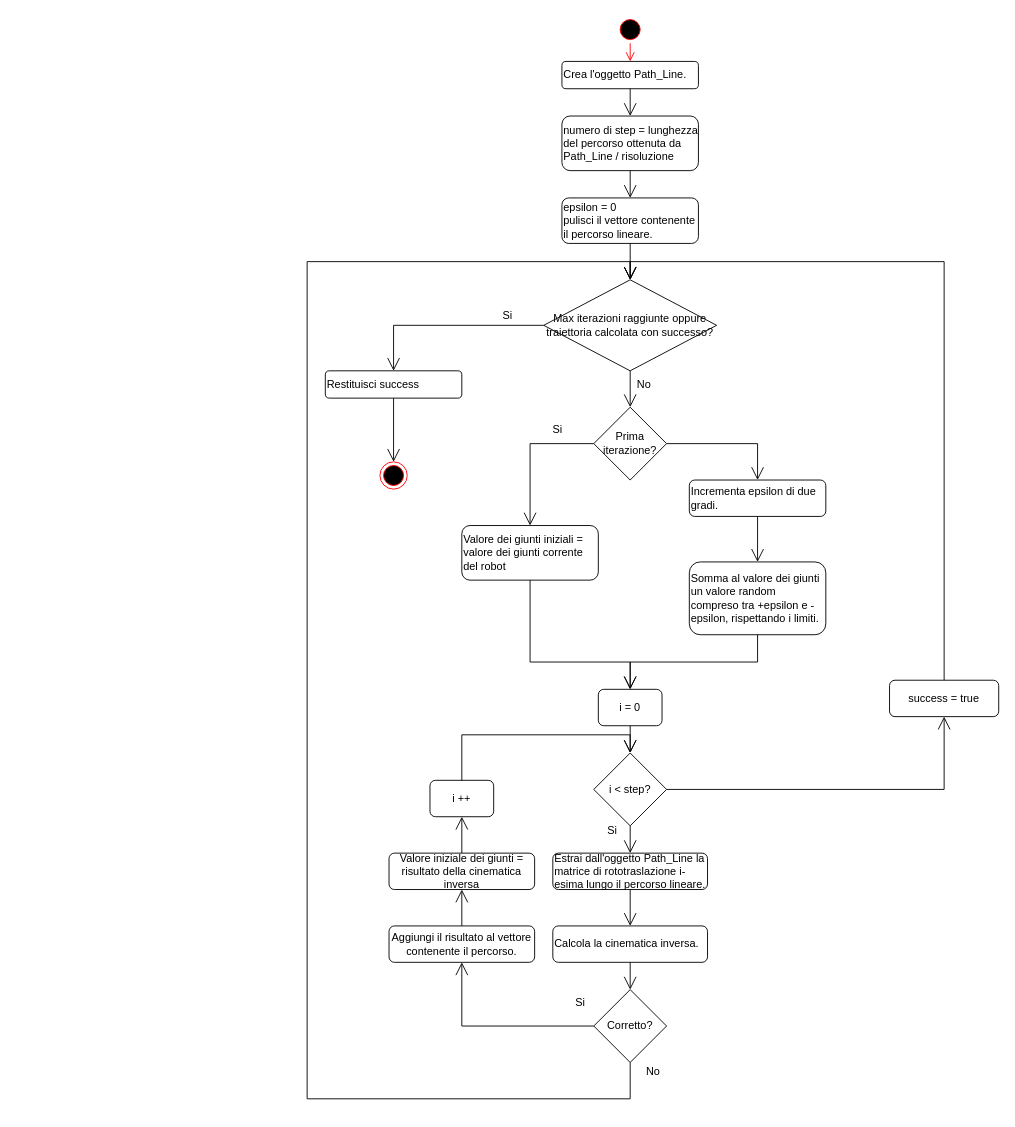
matteoverzeroli/Laboratorio-di-Robotica-2022-2023 keeps this draw.io diagram as ImageFiles/ComputeLinearTrajectory.drawio. Above is the earlier version. Source tidied: cells renumbered, new cells numbered last; positions are measured from the earlier drawing's top-left corner, leaving out a move shared by most shapes. Both pictures are drawn from the tidied source at 91%, with x=0, y=0 at pixel (307, 15).
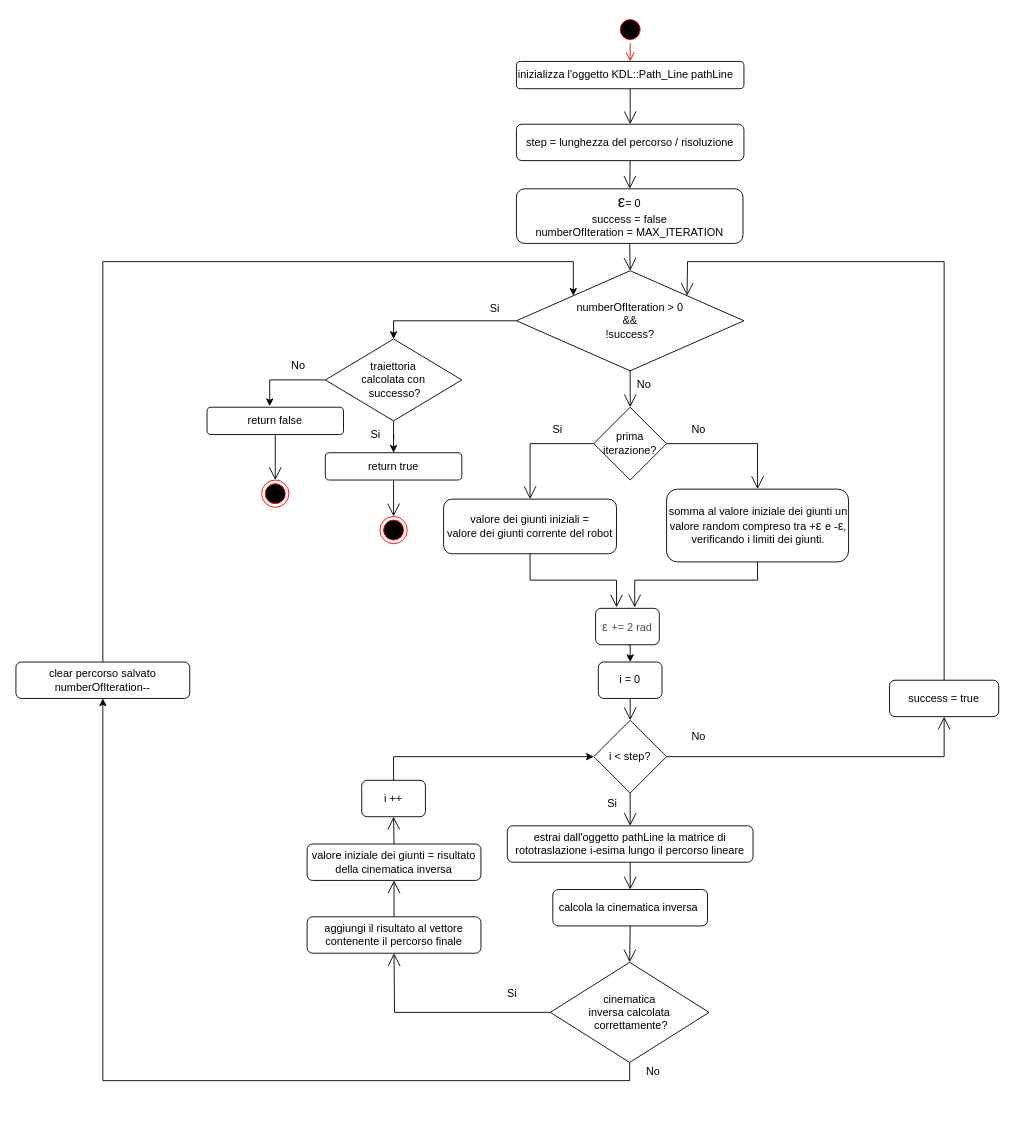
The same page after the edit.

Unchanged cells that the change refers to:
```xml
<mxCell id="43" value="success = true" style="rounded=1;whiteSpace=wrap;html=1;align=center;" parent="1" vertex="1">
  <mxGeometry x="640" y="730" width="120" height="40" as="geometry" />
</mxCell>
```

What changed in the source:
```diff
@@
     <mxCell id="4" style="ellipse;html=1;shape=endState;fillColor=#000000;strokeColor=#ff0000;" parent="1" vertex="1">
-      <mxGeometry x="80" y="490" width="30" height="30" as="geometry" />
+      <mxGeometry x="80" y="550" width="30" height="30" as="geometry" />
     </mxCell>
-    <mxCell id="5" value="Crea l'oggetto&amp;nbsp;Path_Line." style="rounded=1;whiteSpace=wrap;html=1;align=left;" parent="1" vertex="1">
-      <mxGeometry x="280" y="50" width="150" height="30" as="geometry" />
+    <mxCell id="5" value="inizializza l'oggetto&amp;nbsp;KDL::Path_Line pathLine" style="rounded=1;whiteSpace=wrap;html=1;align=left;" parent="1" vertex="1">
+      <mxGeometry x="230" y="50" width="250" height="30" as="geometry" />
     </mxCell>
-    <mxCell id="6" value="numero di step = lunghezza del percorso ottenuta da Path_Line / risoluzione" style="rounded=1;whiteSpace=wrap;html=1;align=left;" parent="1" vertex="1">
-      <mxGeometry x="280" y="110" width="150" height="60" as="geometry" />
+    <mxCell id="6" value="step = lunghezza del percorso / risoluzione" style="rounded=1;whiteSpace=wrap;html=1;align=center;" parent="1" vertex="1">
+      <mxGeometry x="230" y="119" width="250" height="40" as="geometry" />
     </mxCell>
+    <mxCell id="51" style="edgeStyle=orthogonalEdgeStyle;rounded=0;jettySize=auto;html=1;entryX=0.5;entryY=0;entryDx=0;entryDy=0;fontSize=18;" parent="1" edge="1" source="7" target="55">
+      <mxGeometry relative="1" as="geometry" />
+    </mxCell>
-    <mxCell id="7" value="Max iterazioni raggiunte oppure traiettoria calcolata con successo?" style="rhombus;whiteSpace=wrap;html=1;" parent="1" vertex="1">
-      <mxGeometry x="260" y="290" width="190" height="100" as="geometry" />
+    <mxCell id="7" value="numberOfIteration &amp;gt; 0&lt;br&gt;&amp;amp;&amp;amp;&lt;br&gt;!success?" style="rhombus;whiteSpace=wrap;html=1;" parent="1" vertex="1">
+      <mxGeometry x="230" y="280" width="250" height="110" as="geometry" />
     </mxCell>
-    <mxCell id="8" style="endArrow=open;endFill=1;endSize=12;html=1;rounded=0;exitX=0;exitY=0.5;exitDx=0;exitDy=0;entryX=0.5;entryY=0;entryDx=0;entryDy=0;" parent="1" edge="1" source="7" target="49">
-      <mxGeometry relative="1" as="geometry">
-        <Array as="points">
-          <mxPoint x="95" y="340" />
-        </Array>
-      </mxGeometry>
-    </mxCell>
     <mxCell id="9" value="Si" style="text;html=1;align=center;verticalAlign=middle;strokeColor=none;fillColor=none;" parent="1" vertex="1">
-      <mxGeometry x="205" y="315" width="30" height="30" as="geometry" />
+      <mxGeometry x="191" y="307" width="30" height="30" as="geometry" />
     </mxCell>
@@
-    <mxCell id="12" value="Prima iterazione?" style="rhombus;whiteSpace=wrap;html=1;" parent="1" vertex="1">
+    <mxCell id="12" value="prima iterazione?" style="rhombus;whiteSpace=wrap;html=1;align=center;" parent="1" vertex="1">
       <mxGeometry x="315" y="430" width="80" height="80" as="geometry" />
     </mxCell>
@@
-    <mxCell id="14" value="Valore dei giunti iniziali = valore dei giunti corrente del robot" style="rounded=1;whiteSpace=wrap;html=1;align=left;" parent="1" vertex="1">
-      <mxGeometry x="170" y="560" width="150" height="60" as="geometry" />
+    <mxCell id="14" value="valore dei giunti iniziali = &lt;br&gt;valore dei giunti corrente del robot" style="rounded=1;whiteSpace=wrap;html=1;align=center;" parent="1" vertex="1">
+      <mxGeometry x="150" y="531" width="190" height="60" as="geometry" />
     </mxCell>
@@
-    <mxCell id="16" value="Incrementa epsilon di due gradi." style="rounded=1;whiteSpace=wrap;html=1;align=left;" parent="1" vertex="1">
-      <mxGeometry x="420" y="510" width="150" height="40" as="geometry" />
-    </mxCell>
-    <mxCell id="17" value="epsilon = 0&lt;br&gt;pulisci il vettore contenente il percorso lineare." style="rounded=1;whiteSpace=wrap;html=1;align=left;" parent="1" vertex="1">
-      <mxGeometry x="280" y="200" width="150" height="50" as="geometry" />
+    <mxCell id="17" value="&lt;font style=&quot;font-size: 18px;&quot;&gt;ε&lt;/font&gt;= 0&lt;br&gt;success = false&lt;br&gt;numberOfIteration = MAX_ITERATION" style="rounded=1;whiteSpace=wrap;html=1;align=center;" parent="1" vertex="1">
+      <mxGeometry x="230" y="190" width="249" height="60" as="geometry" />
     </mxCell>
-    <mxCell id="18" value="Somma al valore dei giunti un valore random compreso tra +epsilon e -epsilon, rispettando i limiti." style="rounded=1;whiteSpace=wrap;html=1;align=left;" parent="1" vertex="1">
-      <mxGeometry x="420" y="600" width="150" height="80" as="geometry" />
+    <mxCell id="18" value="&lt;div style=&quot;text-align: center;&quot;&gt;&lt;span style=&quot;background-color: initial;&quot;&gt;somma al valore iniziale dei giunti un valore random compreso tra +&lt;/span&gt;&lt;font style=&quot;background-color: initial; font-size: 14px;&quot;&gt;ε &lt;/font&gt;&lt;span style=&quot;background-color: initial;&quot;&gt;e -&lt;/span&gt;&lt;font style=&quot;background-color: initial; font-size: 14px;&quot;&gt;ε&lt;/font&gt;&lt;span style=&quot;background-color: initial;&quot;&gt;, verificando i limiti dei giunti.&lt;/span&gt;&lt;/div&gt;" style="rounded=1;whiteSpace=wrap;html=1;align=left;" parent="1" vertex="1">
+      <mxGeometry x="395" y="520" width="200" height="80" as="geometry" />
     </mxCell>
-    <mxCell id="19" style="endArrow=open;endFill=1;endSize=12;html=1;rounded=0;exitX=1;exitY=0.5;exitDx=0;exitDy=0;entryX=0.5;entryY=0;entryDx=0;entryDy=0;" parent="1" edge="1" source="12" target="16">
+    <mxCell id="19" style="endArrow=open;endFill=1;endSize=12;html=1;rounded=0;exitX=1;exitY=0.5;exitDx=0;exitDy=0;entryX=0.5;entryY=0;entryDx=0;entryDy=0;" parent="1" edge="1" source="12" target="18">
       <mxGeometry relative="1" as="geometry">
         <Array as="points">
           <mxPoint x="495" y="470" />
         </Array>
       </mxGeometry>
     </mxCell>
-    <mxCell id="20" style="endArrow=open;endFill=1;endSize=12;html=1;rounded=0;exitX=0.5;exitY=1;exitDx=0;exitDy=0;entryX=0.5;entryY=0;entryDx=0;entryDy=0;" parent="1" edge="1" source="16" target="18">
-      <mxGeometry relative="1" as="geometry" />
-    </mxCell>
-    <mxCell id="21" value="Calcola la cinematica inversa.&amp;nbsp;" style="rounded=1;whiteSpace=wrap;html=1;align=left;" parent="1" vertex="1">
-      <mxGeometry x="270" y="1000" width="170" height="40" as="geometry" />
+    <mxCell id="21" value="calcola la cinematica inversa&amp;nbsp;" style="rounded=1;whiteSpace=wrap;html=1;align=center;" parent="1" vertex="1">
+      <mxGeometry x="270" y="960" width="170" height="40" as="geometry" />
     </mxCell>
@@
+    <mxCell id="52" style="edgeStyle=orthogonalEdgeStyle;rounded=0;jettySize=auto;html=1;exitX=0.5;exitY=1;exitDx=0;exitDy=0;entryX=0.5;entryY=1;entryDx=0;entryDy=0;fontSize=12;" parent="1" edge="1" source="25" target="66">
+      <mxGeometry relative="1" as="geometry" />
+    </mxCell>
-    <mxCell id="25" value="Corretto?" style="rhombus;whiteSpace=wrap;html=1;" parent="1" vertex="1">
-      <mxGeometry x="315" y="1070" width="80" height="80" as="geometry" />
+    <mxCell id="25" value="cinematica &lt;br&gt;inversa calcolata&lt;br&gt;&amp;nbsp;correttamente?" style="rhombus;whiteSpace=wrap;html=1;" parent="1" vertex="1">
+      <mxGeometry x="267.2" y="1040" width="174.5" height="110" as="geometry" />
     </mxCell>
     <mxCell id="26" value="i &amp;lt; step?" style="rhombus;whiteSpace=wrap;html=1;" parent="1" vertex="1">
-      <mxGeometry x="315" y="810" width="80" height="80" as="geometry" />
+      <mxGeometry x="315" y="774" width="80" height="80" as="geometry" />
     </mxCell>
     <mxCell id="27" value="i = 0" style="rounded=1;whiteSpace=wrap;html=1;align=center;" parent="1" vertex="1">
-      <mxGeometry x="320" y="740" width="70" height="40" as="geometry" />
+      <mxGeometry x="320" y="710" width="70" height="40" as="geometry" />
     </mxCell>
-    <mxCell id="28" style="endArrow=open;endFill=1;endSize=12;html=1;rounded=0;exitX=0.5;exitY=1;exitDx=0;exitDy=0;entryX=0.5;entryY=0;entryDx=0;entryDy=0;" parent="1" edge="1" source="14" target="27">
+    <mxCell id="28" style="endArrow=open;endFill=1;endSize=12;html=1;rounded=0;exitX=0.5;exitY=1;exitDx=0;exitDy=0;" parent="1" edge="1" source="14">
       <mxGeometry relative="1" as="geometry">
+        <mxPoint x="340" y="650" as="targetPoint" />
         <Array as="points">
-          <mxPoint x="245" y="710" />
-          <mxPoint x="355" y="710" />
+          <mxPoint x="245" y="620" />
+          <mxPoint x="340" y="620" />
         </Array>
       </mxGeometry>
     </mxCell>
-    <mxCell id="29" style="endArrow=open;endFill=1;endSize=12;html=1;rounded=0;exitX=0.5;exitY=1;exitDx=0;exitDy=0;entryX=0.5;entryY=0;entryDx=0;entryDy=0;" parent="1" edge="1" source="18" target="27">
+    <mxCell id="29" style="endArrow=open;endFill=1;endSize=12;html=1;rounded=0;exitX=0.5;exitY=1;exitDx=0;exitDy=0;" parent="1" edge="1" source="18">
       <mxGeometry relative="1" as="geometry">
+        <mxPoint x="360" y="650" as="targetPoint" />
         <Array as="points">
-          <mxPoint x="495" y="710" />
-          <mxPoint x="355" y="710" />
+          <mxPoint x="495" y="620" />
+          <mxPoint x="360" y="620" />
         </Array>
       </mxGeometry>
     </mxCell>
@@
-    <mxCell id="31" value="Estrai dall'oggetto Path_Line la matrice di rototraslazione i-esima lungo il percorso lineare." style="rounded=1;whiteSpace=wrap;html=1;align=left;" parent="1" vertex="1">
-      <mxGeometry x="270" y="920" width="170" height="40" as="geometry" />
+    <mxCell id="31" value="estrai dall'oggetto pathLine la matrice di rototraslazione i-esima lungo il percorso lineare" style="rounded=1;whiteSpace=wrap;html=1;align=center;" parent="1" vertex="1">
+      <mxGeometry x="220" y="890" width="270" height="40" as="geometry" />
     </mxCell>
+    <mxCell id="37" style="edgeStyle=orthogonalEdgeStyle;rounded=0;jettySize=auto;html=1;exitX=0.5;exitY=0;exitDx=0;exitDy=0;entryX=0;entryY=0.5;entryDx=0;entryDy=0;fontSize=12;" parent="1" edge="1" source="32" target="26">
+      <mxGeometry relative="1" as="geometry" />
+    </mxCell>
     <mxCell id="32" value="i ++" style="rounded=1;whiteSpace=wrap;html=1;align=center;" parent="1" vertex="1">
-      <mxGeometry x="135" y="840" width="70" height="40" as="geometry" />
+      <mxGeometry x="60" y="840" width="70" height="40" as="geometry" />
     </mxCell>
@@
     <mxCell id="36" style="endArrow=open;endFill=1;endSize=12;html=1;rounded=0;exitX=0;exitY=0.5;exitDx=0;exitDy=0;entryX=0.5;entryY=1;entryDx=0;entryDy=0;" parent="1" edge="1" source="25" target="40">
       <mxGeometry relative="1" as="geometry">
         <Array as="points">
-          <mxPoint x="170" y="1110" />
+          <mxPoint x="96" y="1095" />
         </Array>
       </mxGeometry>
     </mxCell>
-    <mxCell id="37" style="endArrow=open;endFill=1;endSize=12;html=1;rounded=0;exitX=0.5;exitY=0;exitDx=0;exitDy=0;entryX=0.5;entryY=0;entryDx=0;entryDy=0;" parent="1" edge="1" source="32" target="26">
-      <mxGeometry relative="1" as="geometry">
-        <Array as="points">
-          <mxPoint x="170" y="790" />
-          <mxPoint x="355" y="790" />
-        </Array>
-      </mxGeometry>
-    </mxCell>
     <mxCell id="38" value="Si" style="text;html=1;align=center;verticalAlign=middle;strokeColor=none;fillColor=none;" parent="1" vertex="1">
-      <mxGeometry x="320" y="880" width="30" height="30" as="geometry" />
+      <mxGeometry x="320" y="851" width="30" height="30" as="geometry" />
     </mxCell>
     <mxCell id="39" value="Si" style="text;html=1;align=center;verticalAlign=middle;strokeColor=none;fillColor=none;" parent="1" vertex="1">
-      <mxGeometry x="285" y="1070" width="30" height="30" as="geometry" />
+      <mxGeometry x="210" y="1060" width="30" height="30" as="geometry" />
     </mxCell>
-    <mxCell id="40" value="Aggiungi il risultato al vettore contenente il percorso." style="rounded=1;whiteSpace=wrap;html=1;align=center;" parent="1" vertex="1">
-      <mxGeometry x="90" y="1000" width="160" height="40" as="geometry" />
+    <mxCell id="40" value="aggiungi il risultato al vettore contenente il percorso finale" style="rounded=1;whiteSpace=wrap;html=1;align=center;" parent="1" vertex="1">
+      <mxGeometry y="990" width="191" height="40" as="geometry" />
     </mxCell>
@@
-    <mxCell id="42" style="endArrow=open;endFill=1;endSize=12;html=1;rounded=0;exitX=1;exitY=0.5;exitDx=0;exitDy=0;entryX=0.5;entryY=1;entryDx=0;entryDy=0;" parent="1" edge="1" source="26" target="43">
+    <mxCell id="42" style="endArrow=open;endFill=1;endSize=12;html=1;rounded=0;entryX=0.5;entryY=1;entryDx=0;entryDy=0;exitX=1;exitY=0.5;exitDx=0;exitDy=0;" parent="1" edge="1" source="26" target="43">
       <mxGeometry relative="1" as="geometry">
         <Array as="points">
-          <mxPoint x="700" y="850" />
+          <mxPoint x="700" y="814" />
         </Array>
       </mxGeometry>
     </mxCell>
@@
-    <mxCell id="44" style="endArrow=open;endFill=1;endSize=12;html=1;rounded=0;exitX=0.5;exitY=0;exitDx=0;exitDy=0;entryX=0.5;entryY=0;entryDx=0;entryDy=0;" parent="1" edge="1" source="43" target="7">
+    <mxCell id="44" style="endArrow=open;endFill=1;endSize=12;html=1;rounded=0;exitX=0.5;exitY=0;exitDx=0;exitDy=0;entryX=1;entryY=0;entryDx=0;entryDy=0;" parent="1" edge="1" source="43" target="7">
       <mxGeometry relative="1" as="geometry">
         <Array as="points">
           <mxPoint x="700" y="270" />
-          <mxPoint x="355" y="270" />
+          <mxPoint x="418" y="270" />
         </Array>
       </mxGeometry>
     </mxCell>
-    <mxCell id="45" style="endArrow=open;endFill=1;endSize=12;html=1;rounded=0;exitX=0.5;exitY=1;exitDx=0;exitDy=0;entryX=0.5;entryY=0;entryDx=0;entryDy=0;" parent="1" edge="1" source="25" target="7">
-      <mxGeometry relative="1" as="geometry">
-        <Array as="points">
-          <mxPoint x="355" y="1190" />
-          <mxPoint y="1190" />
-          <mxPoint y="270" />
-          <mxPoint x="355" y="270" />
-        </Array>
-      </mxGeometry>
-    </mxCell>
@@
-    <mxCell id="47" value="Valore iniziale dei giunti = risultato della cinematica inversa" style="rounded=1;whiteSpace=wrap;html=1;align=center;" parent="1" vertex="1">
-      <mxGeometry x="90" y="920" width="160" height="40" as="geometry" />
+    <mxCell id="47" value="valore iniziale dei giunti = risultato della cinematica inversa" style="rounded=1;whiteSpace=wrap;html=1;align=center;" parent="1" vertex="1">
+      <mxGeometry y="910" width="191" height="40" as="geometry" />
     </mxCell>
@@
-    <mxCell id="49" value="Restituisci success" style="rounded=1;whiteSpace=wrap;html=1;align=left;" parent="1" vertex="1">
-      <mxGeometry x="20" y="390" width="150" height="30" as="geometry" />
+    <mxCell id="49" value="return true" style="rounded=1;whiteSpace=wrap;html=1;align=center;" parent="1" vertex="1">
+      <mxGeometry x="20" y="480" width="150" height="30" as="geometry" />
     </mxCell>
@@
+    <mxCell id="53" style="edgeStyle=orthogonalEdgeStyle;rounded=0;jettySize=auto;html=1;entryX=0.5;entryY=0;entryDx=0;entryDy=0;fontSize=18;" parent="1" edge="1" source="55" target="49">
+      <mxGeometry relative="1" as="geometry" />
+    </mxCell>
+    <mxCell id="54" style="edgeStyle=orthogonalEdgeStyle;rounded=0;jettySize=auto;html=1;fontSize=18;entryX=0.459;entryY=-0.038;entryDx=0;entryDy=0;entryPerimeter=0;exitX=0;exitY=0.5;exitDx=0;exitDy=0;" parent="1" edge="1" source="55" target="57">
+      <mxGeometry relative="1" as="geometry" />
+    </mxCell>
+    <mxCell id="55" value="traiettoria &lt;br&gt;calcolata con&lt;br&gt;&amp;nbsp;successo?" style="rhombus;whiteSpace=wrap;html=1;" parent="1" vertex="1">
+      <mxGeometry x="20" y="355" width="150" height="90" as="geometry" />
+    </mxCell>
+    <mxCell id="56" value="Si" style="text;html=1;align=center;verticalAlign=middle;strokeColor=none;fillColor=none;" parent="1" vertex="1">
+      <mxGeometry x="60" y="445" width="30" height="30" as="geometry" />
+    </mxCell>
+    <mxCell id="57" value="return false" style="rounded=1;whiteSpace=wrap;html=1;align=center;" parent="1" vertex="1">
+      <mxGeometry x="-110" y="430" width="150" height="30" as="geometry" />
+    </mxCell>
+    <mxCell id="58" value="No" style="text;html=1;align=center;verticalAlign=middle;strokeColor=none;fillColor=none;" parent="1" vertex="1">
+      <mxGeometry x="-30" y="370" width="40" height="30" as="geometry" />
+    </mxCell>
+    <mxCell id="59" style="ellipse;html=1;shape=endState;fillColor=#000000;strokeColor=#ff0000;" parent="1" vertex="1">
+      <mxGeometry x="-50" y="510" width="30" height="30" as="geometry" />
+    </mxCell>
+    <mxCell id="60" style="endArrow=open;endFill=1;endSize=12;html=1;rounded=0;exitX=0.5;exitY=1;exitDx=0;exitDy=0;entryX=0.5;entryY=0;entryDx=0;entryDy=0;" parent="1" edge="1" source="57" target="59">
+      <mxGeometry relative="1" as="geometry" />
+    </mxCell>
+    <mxCell id="61" value="No" style="text;html=1;align=center;verticalAlign=middle;strokeColor=none;fillColor=none;" parent="1" vertex="1">
+      <mxGeometry x="410" y="440" width="40" height="30" as="geometry" />
+    </mxCell>
+    <mxCell id="62" style="edgeStyle=orthogonalEdgeStyle;rounded=0;jettySize=auto;html=1;exitX=0.5;exitY=1;exitDx=0;exitDy=0;entryX=0.5;entryY=0;entryDx=0;entryDy=0;fontSize=12;" parent="1" edge="1" source="63" target="27">
+      <mxGeometry relative="1" as="geometry" />
+    </mxCell>
+    <mxCell id="63" value="&lt;font style=&quot;&quot;&gt;&lt;span style=&quot;color: rgb(77, 81, 86); font-family: arial, sans-serif; font-style: normal; font-variant-ligatures: normal; font-variant-caps: normal; font-weight: 400; letter-spacing: normal; orphans: 2; text-align: left; text-indent: 0px; text-transform: none; widows: 2; word-spacing: 0px; -webkit-text-stroke-width: 0px; background-color: rgb(255, 255, 255); text-decoration-thickness: initial; text-decoration-style: initial; text-decoration-color: initial; float: none; display: inline !important;&quot;&gt;&lt;span style=&quot;font-size: 14px;&quot;&gt;ε &lt;/span&gt;&lt;font style=&quot;font-size: 12px;&quot;&gt;+= 2 rad&lt;/font&gt;&lt;/span&gt;&lt;br&gt;&lt;/font&gt;" style="rounded=1;whiteSpace=wrap;html=1;align=center;" parent="1" vertex="1">
+      <mxGeometry x="317" y="651" width="70" height="40" as="geometry" />
+    </mxCell>
+    <mxCell id="64" value="No" style="text;html=1;align=center;verticalAlign=middle;strokeColor=none;fillColor=none;" parent="1" vertex="1">
+      <mxGeometry x="410" y="777" width="40" height="30" as="geometry" />
+    </mxCell>
+    <mxCell id="65" style="edgeStyle=orthogonalEdgeStyle;rounded=0;jettySize=auto;html=1;exitX=0.5;exitY=0;exitDx=0;exitDy=0;entryX=0;entryY=0;entryDx=0;entryDy=0;fontSize=12;" parent="1" edge="1" source="66" target="7">
+      <mxGeometry relative="1" as="geometry">
+        <Array as="points">
+          <mxPoint x="-224" y="270" />
+          <mxPoint x="293" y="270" />
+        </Array>
+      </mxGeometry>
+    </mxCell>
+    <mxCell id="66" value="clear percorso salvato&lt;br&gt;numberOfIteration--" style="rounded=1;whiteSpace=wrap;html=1;align=center;" parent="1" vertex="1">
+      <mxGeometry x="-320" y="710" width="191" height="40" as="geometry" />
+    </mxCell>
```
